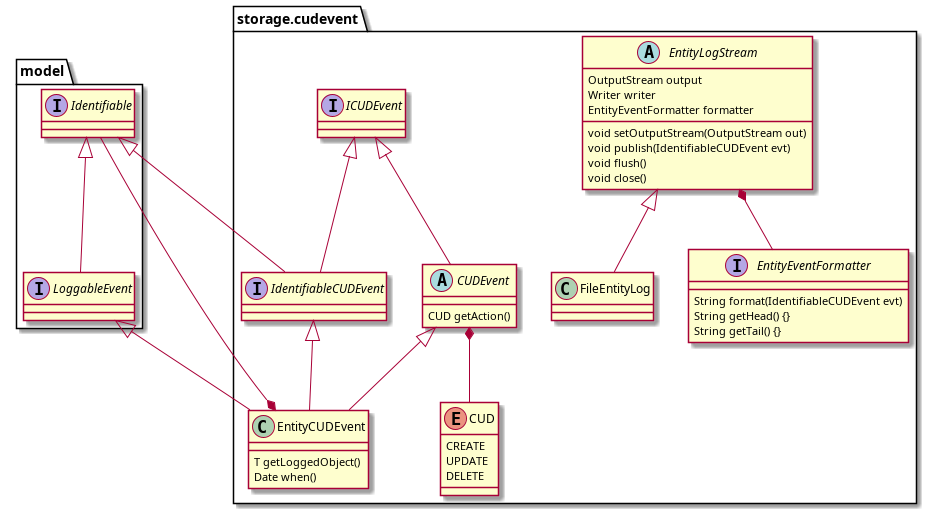
This is storage_cudevent.png from ilkosta/jbudgetimages, a PlantUML export, as it was before one commit. Its diagram source:
```plantuml
@startuml ../src/main/java/it/unicam/cs/pa/jbudget101101/doc-files/storage_cudevent.png

package model {
    interface Identifiable
    interface LoggableEvent

    Identifiable <|-- LoggableEvent
}

package storage.cudevent {

    enum CUD {
        CREATE
        UPDATE
        DELETE
    }

    interface ICUDEvent
    ICUDEvent <|-- CUDEvent
    abstract class CUDEvent {
        CUD getAction()
    }
    CUDEvent *-- CUD

    interface IdentifiableCUDEvent
    Identifiable    <|-- IdentifiableCUDEvent
    ICUDEvent       <|-- IdentifiableCUDEvent

    IdentifiableCUDEvent    <|-- EntityCUDEvent
    CUDEvent                <|-- EntityCUDEvent
    LoggableEvent           <|-- EntityCUDEvent

    class EntityCUDEvent {
        T getLoggedObject()
        Date when()
    }

    EntityCUDEvent *-- Identifiable

    interface EntityEventFormatter {
        String format(IdentifiableCUDEvent evt)
        String getHead() {}
        String getTail() {}
    }

    abstract class EntityLogStream {
        OutputStream output
        Writer writer
        EntityEventFormatter formatter
        void setOutputStream(OutputStream out)
        void publish(IdentifiableCUDEvent evt)
        void flush()
        void close()
    }

    EntityLogStream <|-- FileEntityLog
    class FileEntityLog {
    }

    EntityLogStream *-- EntityEventFormatter
}

@enduml
```
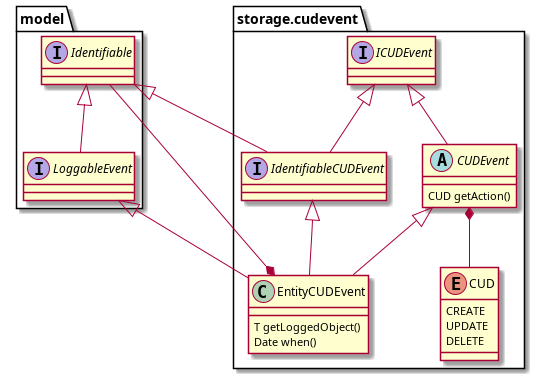
Later version of the same file.

The edit, as a diff of the source:
```diff
@@ -37,27 +37,6 @@
 
     EntityCUDEvent *-- Identifiable
 
-    interface EntityEventFormatter {
-        String format(IdentifiableCUDEvent evt)
-        String getHead() {}
-        String getTail() {}
-    }
-
-    abstract class EntityLogStream {
-        OutputStream output
-        Writer writer
-        EntityEventFormatter formatter
-        void setOutputStream(OutputStream out)
-        void publish(IdentifiableCUDEvent evt)
-        void flush()
-        void close()
-    }
-
-    EntityLogStream <|-- FileEntityLog
-    class FileEntityLog {
-    }
-
-    EntityLogStream *-- EntityEventFormatter
 }
 
 @enduml
```
